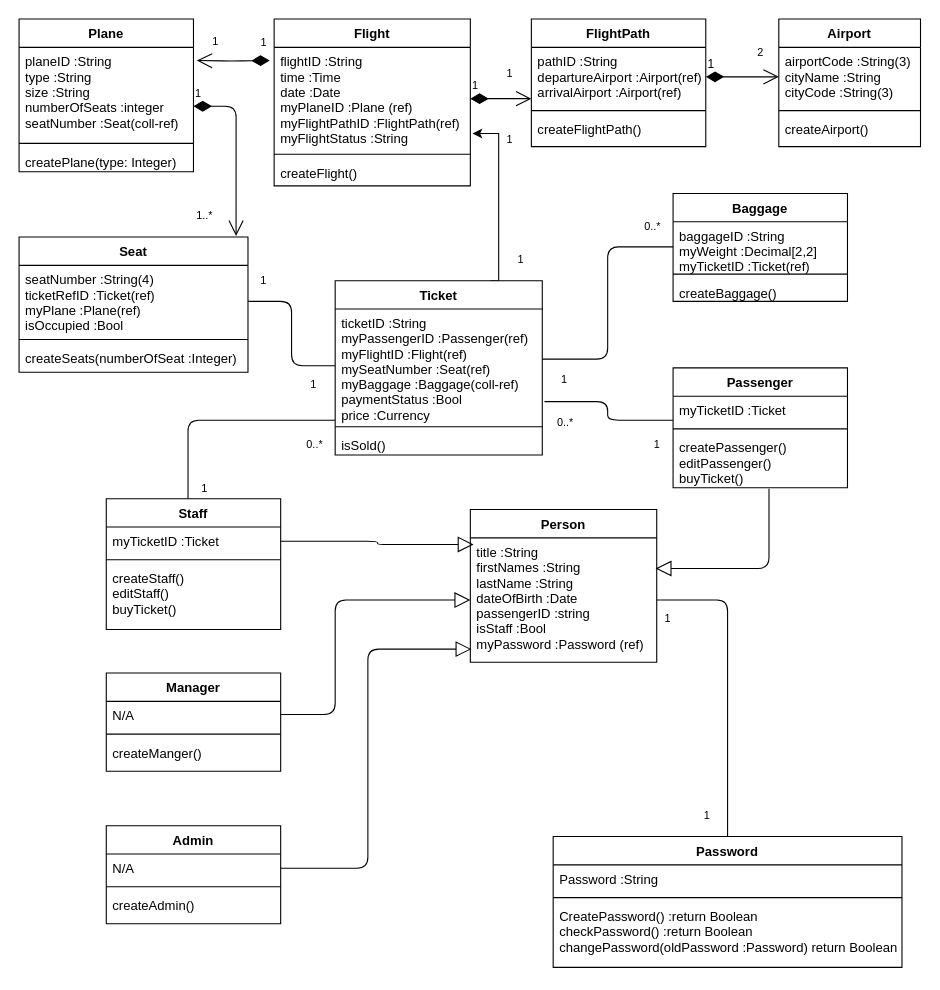
Above: Untitled Diagram.drawio in trannthany/Jade_OOD (draw.io), before the change. Source tidied: cells renumbered, new cells numbered last; positions are measured from the earlier drawing's top-left corner, leaving out a move shared by most shapes. Both pictures are drawn from the tidied source at 109%, with x=0, y=0 at pixel (19, 19).
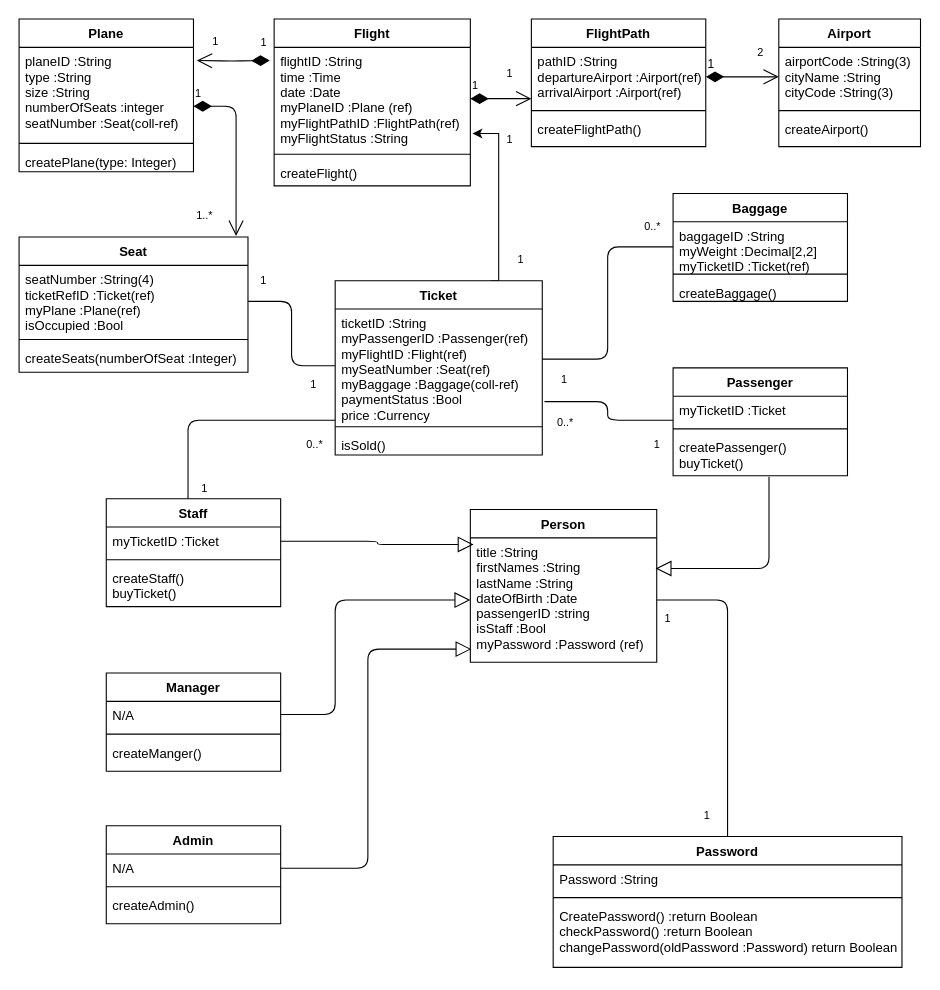
The same page after the edit.

The edit, as a diff of the source:
```diff
@@
     <mxCell id="44" value="Staff" style="swimlane;fontStyle=1;align=center;verticalAlign=top;horizontal=1;startSize=26;" parent="1" vertex="1">
-      <mxGeometry x="80" y="440" width="160" height="120" as="geometry" />
+      <mxGeometry x="80" y="440" width="160" height="99" as="geometry" />
     </mxCell>
@@
-    <mxCell id="47" value="createStaff()&#10;editStaff()&#10;buyTicket()" style="text;strokeColor=none;fillColor=none;align=left;verticalAlign=top;spacingLeft=4;spacingRight=4;overflow=hidden;" parent="44" vertex="1">
-      <mxGeometry y="60" width="160" height="60" as="geometry" />
+    <mxCell id="47" value="createStaff()&#10;buyTicket()" style="text;strokeColor=none;fillColor=none;align=left;verticalAlign=top;spacingLeft=4;spacingRight=4;overflow=hidden;" parent="44" vertex="1">
+      <mxGeometry y="60" width="160" height="39" as="geometry" />
     </mxCell>
@@
     <mxCell id="72" value="Passenger" style="swimlane;fontStyle=1;align=center;verticalAlign=top;horizontal=1;startSize=26;" parent="1" vertex="1">
-      <mxGeometry x="600" y="320" width="160" height="110" as="geometry" />
+      <mxGeometry x="600" y="320" width="160" height="99" as="geometry" />
     </mxCell>
@@
-    <mxCell id="75" value="createPassenger()&#10;editPassenger()&#10;buyTicket()" style="text;strokeColor=none;fillColor=none;align=left;verticalAlign=top;spacingLeft=4;spacingRight=4;overflow=hidden;points=[[0,0.5],[1,0.5]];portConstraint=eastwest;" parent="72" vertex="1">
-      <mxGeometry y="60" width="160" height="50" as="geometry" />
+    <mxCell id="75" value="createPassenger()&#10;buyTicket()" style="text;strokeColor=none;fillColor=none;align=left;verticalAlign=top;spacingLeft=4;spacingRight=4;overflow=hidden;points=[[0,0.5],[1,0.5]];portConstraint=eastwest;" parent="72" vertex="1">
+      <mxGeometry y="60" width="160" height="39" as="geometry" />
     </mxCell>
```
